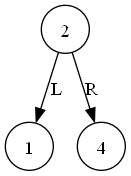
Before: Fase2_EDD/graphABB_AVL.png, a diagram exported from Graphviz (FranklinONP/EDD_PROYECTO_202200089). Its source is kept beside it as Fase2_EDD/graphABB_AVL.dot. Its diagram source:
```dot
digraph G{
node [shape=circle];
"2409169820240"[label="2"];
"2409171486560"[label="1"];
"2409171486672"[label="4"];
"2409169820240" -> "2409171486560" [label = "L"];
"2409169820240" -> "2409171486672" [label = "R"];
}
```
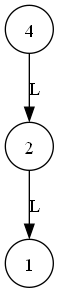
After the change.

What changed in the source:
```diff
@@ -1,8 +1,8 @@
 digraph G{
 node [shape=circle];
-"2409169820240"[label="2"];
-"2409171486560"[label="1"];
-"2409171486672"[label="4"];
-"2409169820240" -> "2409171486560" [label = "L"];
-"2409169820240" -> "2409171486672" [label = "R"];
+"2307228113488"[label="4"];
+"2307227944800"[label="2"];
+"2307227944912"[label="1"];
+"2307228113488" -> "2307227944800" [label = "L"];
+"2307227944800" -> "2307227944912" [label = "L"];
 }
```
